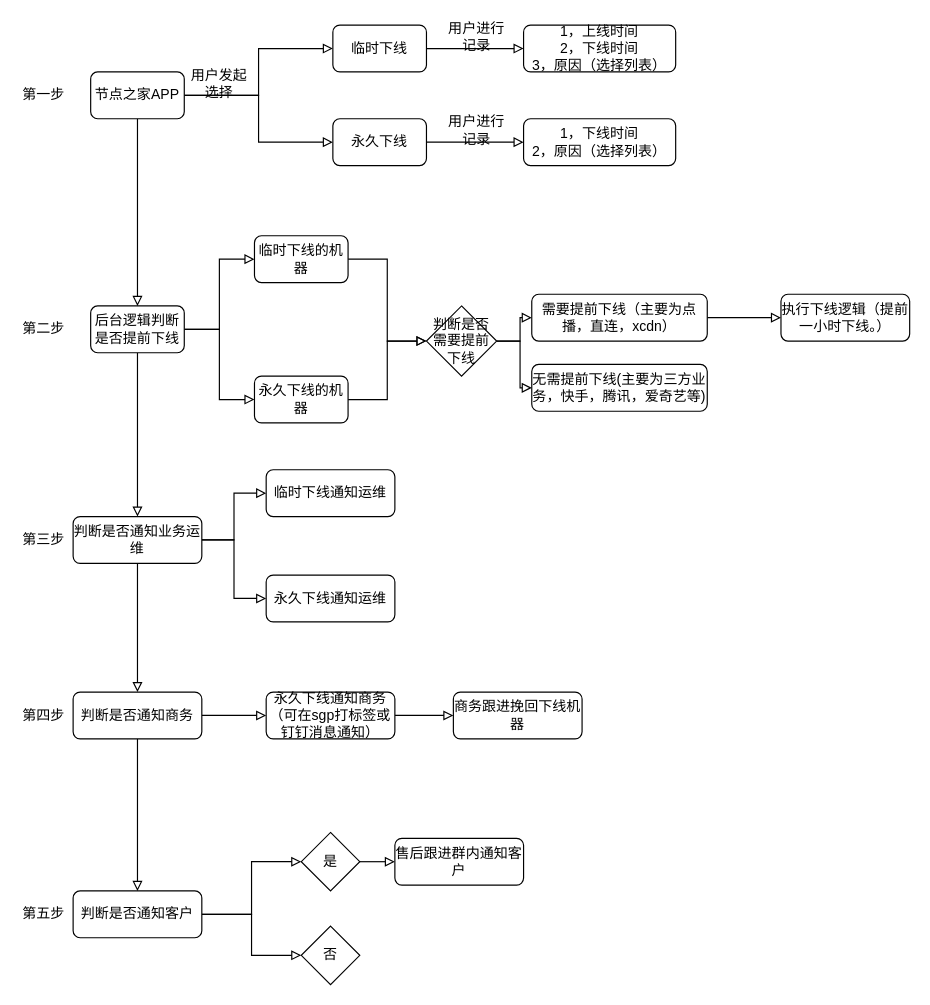
Before: AO_draft.drawio in Henryblankwu/untitled7, a draw.io diagram. Source tidied: cells renumbered, new cells numbered last; positions are measured from the earlier drawing's top-left corner, leaving out a move shared by most shapes. Both pictures are drawn from the tidied source at 117%, with x=0, y=0 at pixel (20, 25).
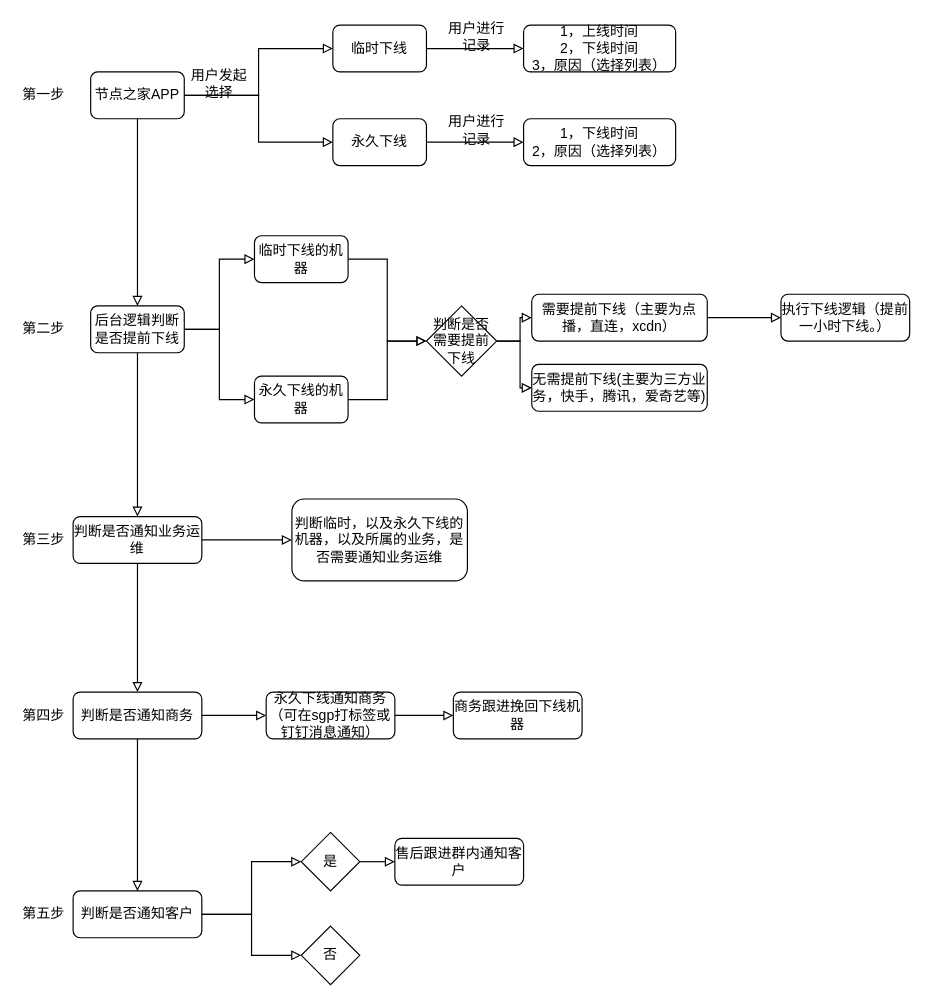
Above is the later version.

Unchanged cells that the change refers to:
```xml
<mxCell id="35" value="判断是否通知业务运维" style="rounded=1;whiteSpace=wrap;html=1;" parent="1" vertex="1">
  <mxGeometry x="45" y="420" width="110" height="40" as="geometry" />
</mxCell>
```

The edit, as a diff of the source:
```diff
@@
-    <mxCell id="32" style="edgeStyle=orthogonalEdgeStyle;rounded=0;jettySize=auto;html=1;exitX=1;exitY=0.5;exitDx=0;exitDy=0;entryX=0;entryY=0.5;entryDx=0;entryDy=0;endArrow=block;endFill=0;" parent="1" edge="1" source="35" target="37">
-      <mxGeometry relative="1" as="geometry" />
-    </mxCell>
-    <mxCell id="33" style="edgeStyle=orthogonalEdgeStyle;rounded=0;jettySize=auto;html=1;exitX=1;exitY=0.5;exitDx=0;exitDy=0;entryX=0;entryY=0.5;entryDx=0;entryDy=0;endArrow=block;endFill=0;" parent="1" edge="1" source="35" target="38">
-      <mxGeometry relative="1" as="geometry" />
-    </mxCell>
@@
+    <mxCell id="54" style="edgeStyle=orthogonalEdgeStyle;rounded=0;jettySize=auto;html=1;exitX=1;exitY=0.5;exitDx=0;exitDy=0;entryX=0;entryY=0.5;entryDx=0;entryDy=0;endArrow=block;endFill=0;" parent="1" edge="1" source="35" target="55">
+      <mxGeometry relative="1" as="geometry" />
+    </mxCell>
@@
-    <mxCell id="37" value="临时下线通知运维" style="rounded=1;whiteSpace=wrap;html=1;" parent="1" vertex="1">
-      <mxGeometry x="210" y="380" width="110" height="40" as="geometry" />
-    </mxCell>
-    <mxCell id="38" value="永久下线通知运维" style="rounded=1;whiteSpace=wrap;html=1;" parent="1" vertex="1">
-      <mxGeometry x="210" y="470" width="110" height="40" as="geometry" />
-    </mxCell>
@@
+    <mxCell id="55" value="判断临时，以及永久下线的机器，以及所属的业务，是否需要通知业务运维" style="rounded=1;whiteSpace=wrap;html=1;" parent="1" vertex="1">
+      <mxGeometry x="232" y="405" width="150" height="70" as="geometry" />
+    </mxCell>
```
